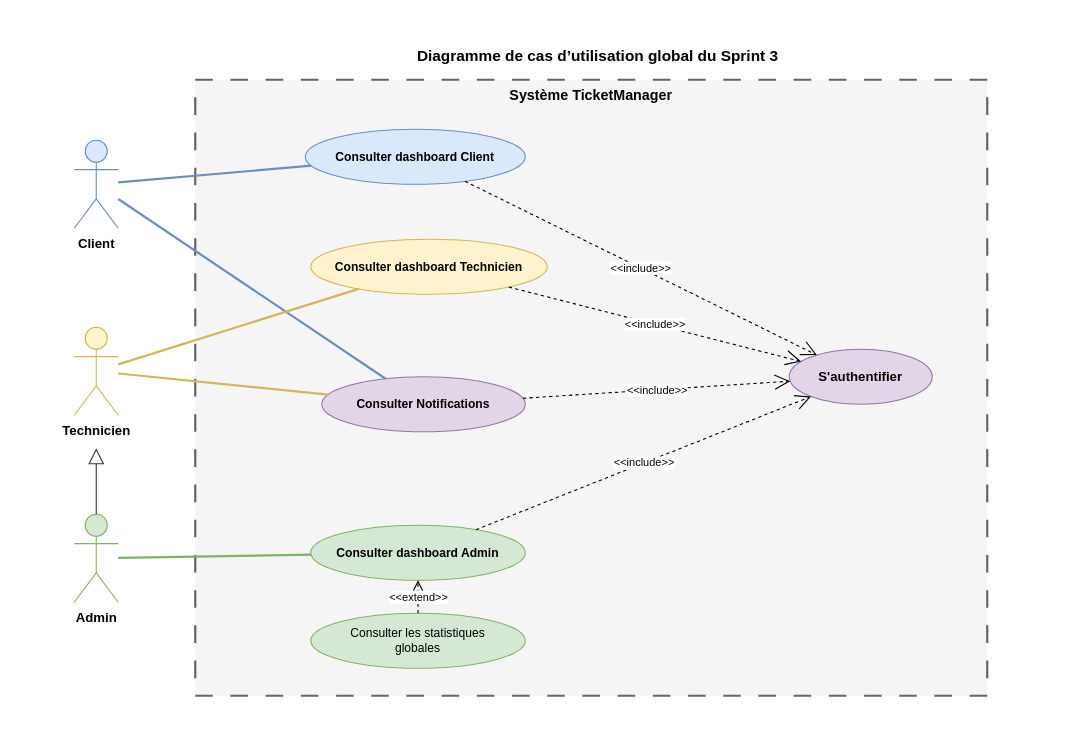
Above: docs/diagrammes/cas-utilisation-s3.drawio in amelbenhazem/TicketManager (draw.io), before the change. Source tidied: cells renumbered, new cells numbered last; positions are measured from the earlier drawing's top-left corner, leaving out a move shared by most shapes. Both pictures are drawn from the tidied source at 110%, with x=0, y=0 at pixel (19, 19).
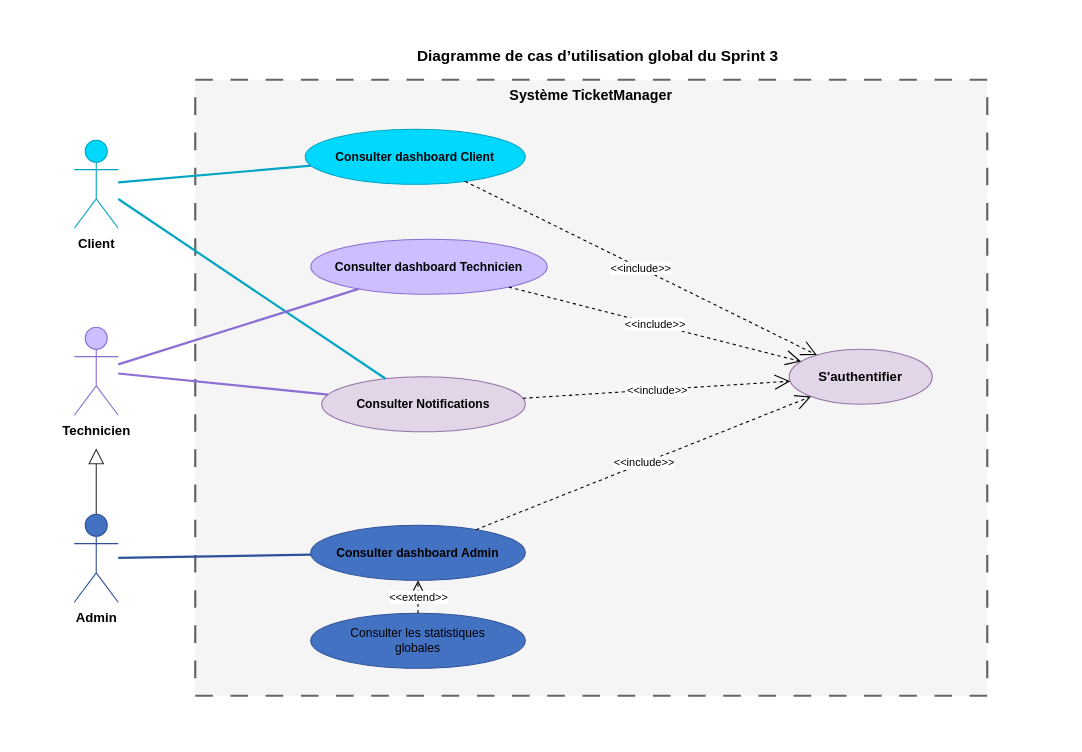
The same page after the edit.

The change refers to these unchanged cells:
```xml
<mxCell id="10" value="Consulter Notifications" style="ellipse;whiteSpace=wrap;html=1;fillColor=#e1d5e7;strokeColor=#9673a6;fontStyle=1;fontSize=11;fontColor=#000000;" parent="1" vertex="1">
  <mxGeometry x="275" y="325" width="185" height="50" as="geometry" />
</mxCell>
```

What changed in the source:
```diff
@@
-    <mxCell id="5" value="Client" style="shape=umlActor;verticalLabelPosition=bottom;verticalAlign=top;html=1;outlineConnect=0;fillColor=#dae8fc;strokeColor=#6c8ebf;fontStyle=1;fontColor=#000000;" parent="1" vertex="1">
+    <mxCell id="5" value="Client" style="shape=umlActor;verticalLabelPosition=bottom;verticalAlign=top;html=1;outlineConnect=0;fillColor=#00d8ff;strokeColor=#00a5c4;fontStyle=1;fontColor=#000000;" parent="1" vertex="1">
       <mxGeometry x="50" y="110" width="40" height="80" as="geometry" />
     </mxCell>
-    <mxCell id="6" value="Technicien" style="shape=umlActor;verticalLabelPosition=bottom;verticalAlign=top;html=1;outlineConnect=0;fillColor=#fff2cc;strokeColor=#d6b656;fontStyle=1;fontColor=#000000;" parent="1" vertex="1">
+    <mxCell id="6" value="Technicien" style="shape=umlActor;verticalLabelPosition=bottom;verticalAlign=top;html=1;outlineConnect=0;fillColor=#cdbeff;strokeColor=#8b6fd4;fontStyle=1;fontColor=#000000;" parent="1" vertex="1">
       <mxGeometry x="50" y="280" width="40" height="80" as="geometry" />
     </mxCell>
-    <mxCell id="7" value="Admin" style="shape=umlActor;verticalLabelPosition=bottom;verticalAlign=top;html=1;outlineConnect=0;fillColor=#d5e8d4;strokeColor=#82b366;fontStyle=1;fontColor=#000000;" parent="1" vertex="1">
+    <mxCell id="7" value="Admin" style="shape=umlActor;verticalLabelPosition=bottom;verticalAlign=top;html=1;outlineConnect=0;fillColor=#4372c2;strokeColor=#2d5299;fontStyle=1;fontColor=#000000;" parent="1" vertex="1">
       <mxGeometry x="50" y="450" width="40" height="80" as="geometry" />
     </mxCell>
@@
-    <mxCell id="9" value="Consulter dashboard Client" style="ellipse;whiteSpace=wrap;html=1;fillColor=#dae8fc;strokeColor=#6c8ebf;fontStyle=1;fontSize=11;fontColor=#000000;" parent="1" vertex="1">
+    <mxCell id="9" value="Consulter dashboard Client" style="ellipse;whiteSpace=wrap;html=1;fillColor=#00d8ff;strokeColor=#00a5c4;fontStyle=1;fontSize=11;fontColor=#000000;" parent="1" vertex="1">
       <mxGeometry x="260" y="100" width="200" height="50" as="geometry" />
     </mxCell>
@@
-    <mxCell id="11" value="Consulter dashboard Technicien" style="ellipse;whiteSpace=wrap;html=1;fillColor=#fff2cc;strokeColor=#d6b656;fontStyle=1;fontSize=11;fontColor=#000000;" parent="1" vertex="1">
+    <mxCell id="11" value="Consulter dashboard Technicien" style="ellipse;whiteSpace=wrap;html=1;fillColor=#cdbeff;strokeColor=#8b6fd4;fontStyle=1;fontSize=11;fontColor=#000000;" parent="1" vertex="1">
       <mxGeometry x="265" y="200" width="215" height="50" as="geometry" />
     </mxCell>
-    <mxCell id="12" value="Consulter dashboard Admin" style="ellipse;whiteSpace=wrap;html=1;fillColor=#d5e8d4;strokeColor=#82b366;fontStyle=1;fontSize=11;fontColor=#000000;" parent="1" vertex="1">
+    <mxCell id="12" value="Consulter dashboard Admin" style="ellipse;whiteSpace=wrap;html=1;fillColor=#4372c2;strokeColor=#2d5299;fontStyle=1;fontSize=11;fontColor=#000000;" parent="1" vertex="1">
       <mxGeometry x="265" y="460" width="195" height="50" as="geometry" />
     </mxCell>
-    <mxCell id="13" value="Consulter les statistiques&lt;br&gt;globales" style="ellipse;whiteSpace=wrap;html=1;fillColor=#d5e8d4;strokeColor=#82b366;fontSize=11;fontColor=#000000;" parent="1" vertex="1">
+    <mxCell id="13" value="Consulter les statistiques&lt;br&gt;globales" style="ellipse;whiteSpace=wrap;html=1;fillColor=#4372c2;strokeColor=#2d5299;fontSize=11;fontColor=#000000;" parent="1" vertex="1">
       <mxGeometry x="265" y="540" width="195" height="50" as="geometry" />
     </mxCell>
@@
-    <mxCell id="15" style="endArrow=none;html=1;strokeColor=#6c8ebf;strokeWidth=2;" parent="1" edge="1" source="5" target="9">
+    <mxCell id="15" style="endArrow=none;html=1;strokeColor=#00a5c4;strokeWidth=2;" parent="1" edge="1" source="5" target="9">
       <mxGeometry relative="1" as="geometry" />
     </mxCell>
-    <mxCell id="16" style="endArrow=none;html=1;strokeColor=#6c8ebf;strokeWidth=2;" parent="1" edge="1" source="5" target="10">
+    <mxCell id="16" style="endArrow=none;html=1;strokeColor=#00a5c4;strokeWidth=2;" parent="1" edge="1" source="5" target="10">
       <mxGeometry relative="1" as="geometry" />
     </mxCell>
-    <mxCell id="17" style="endArrow=none;html=1;strokeColor=#d6b656;strokeWidth=2;" parent="1" edge="1" source="6" target="10">
+    <mxCell id="17" style="endArrow=none;html=1;strokeColor=#8b6fd4;strokeWidth=2;" parent="1" edge="1" source="6" target="10">
       <mxGeometry relative="1" as="geometry" />
     </mxCell>
-    <mxCell id="18" style="endArrow=none;html=1;strokeColor=#d6b656;strokeWidth=2;" parent="1" edge="1" source="6" target="11">
+    <mxCell id="18" style="endArrow=none;html=1;strokeColor=#8b6fd4;strokeWidth=2;" parent="1" edge="1" source="6" target="11">
       <mxGeometry relative="1" as="geometry" />
     </mxCell>
-    <mxCell id="19" style="endArrow=none;html=1;strokeColor=#82b366;strokeWidth=2;" parent="1" edge="1" source="7" target="12">
+    <mxCell id="19" style="endArrow=none;html=1;strokeColor=#2d5299;strokeWidth=2;" parent="1" edge="1" source="7" target="12">
       <mxGeometry relative="1" as="geometry" />
     </mxCell>
```
